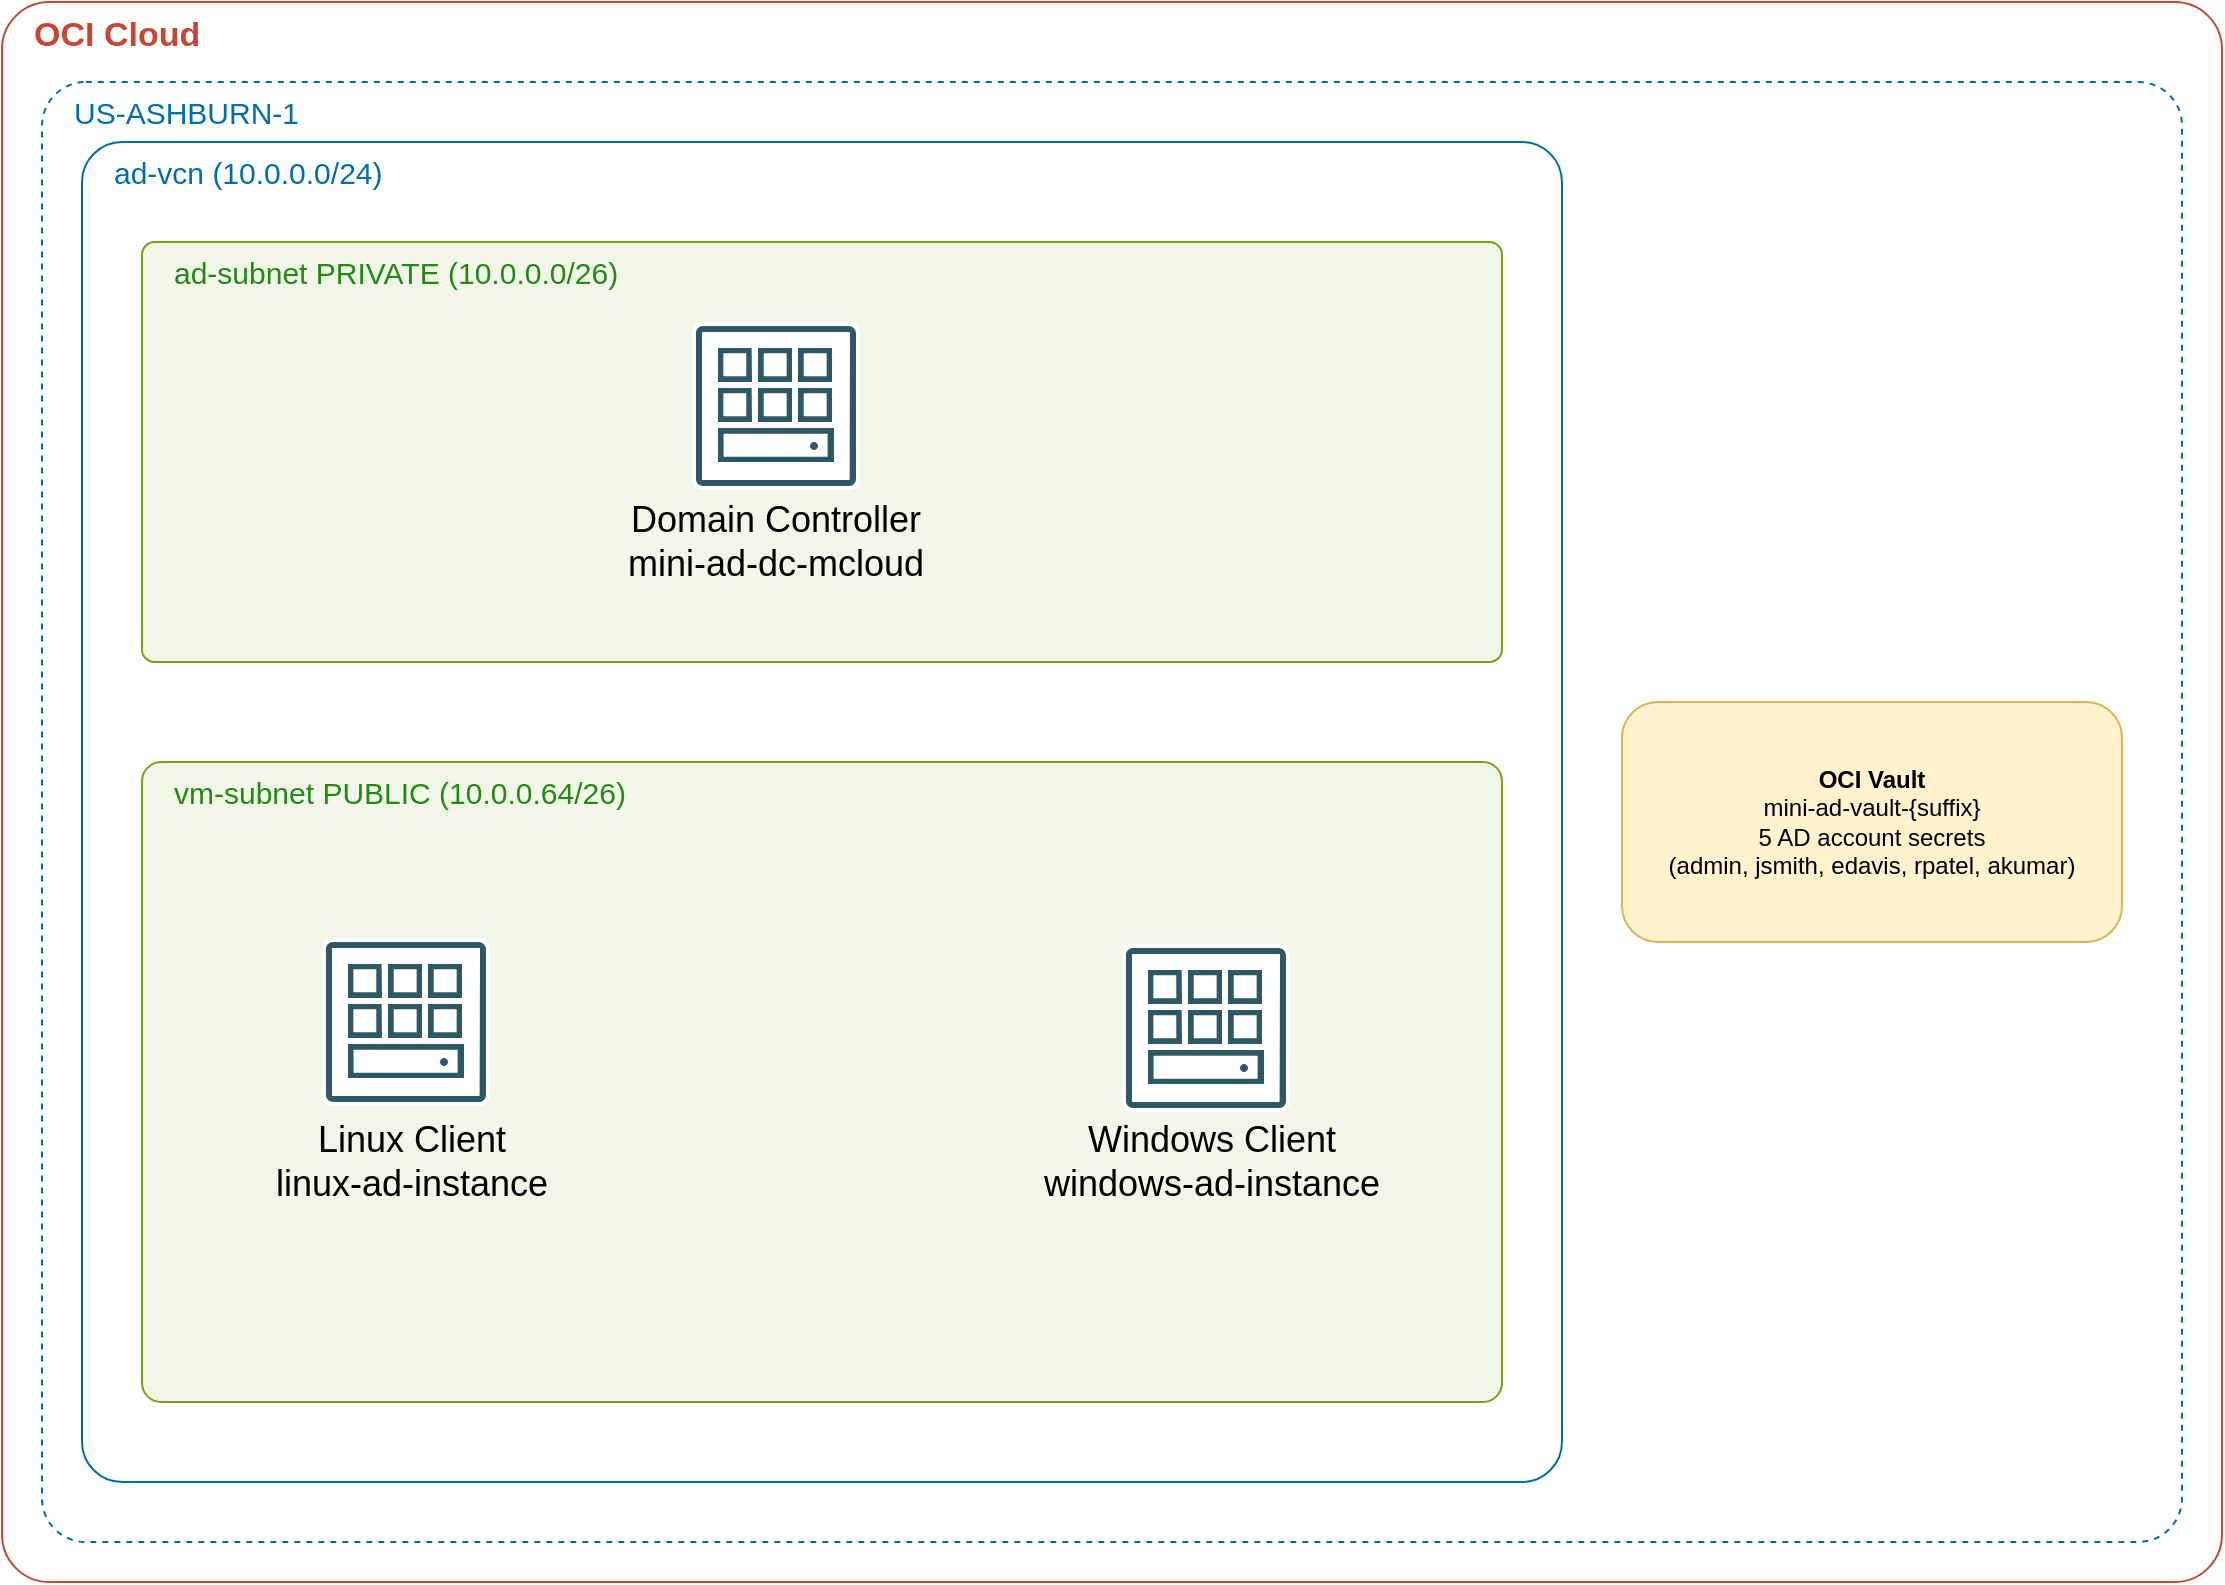
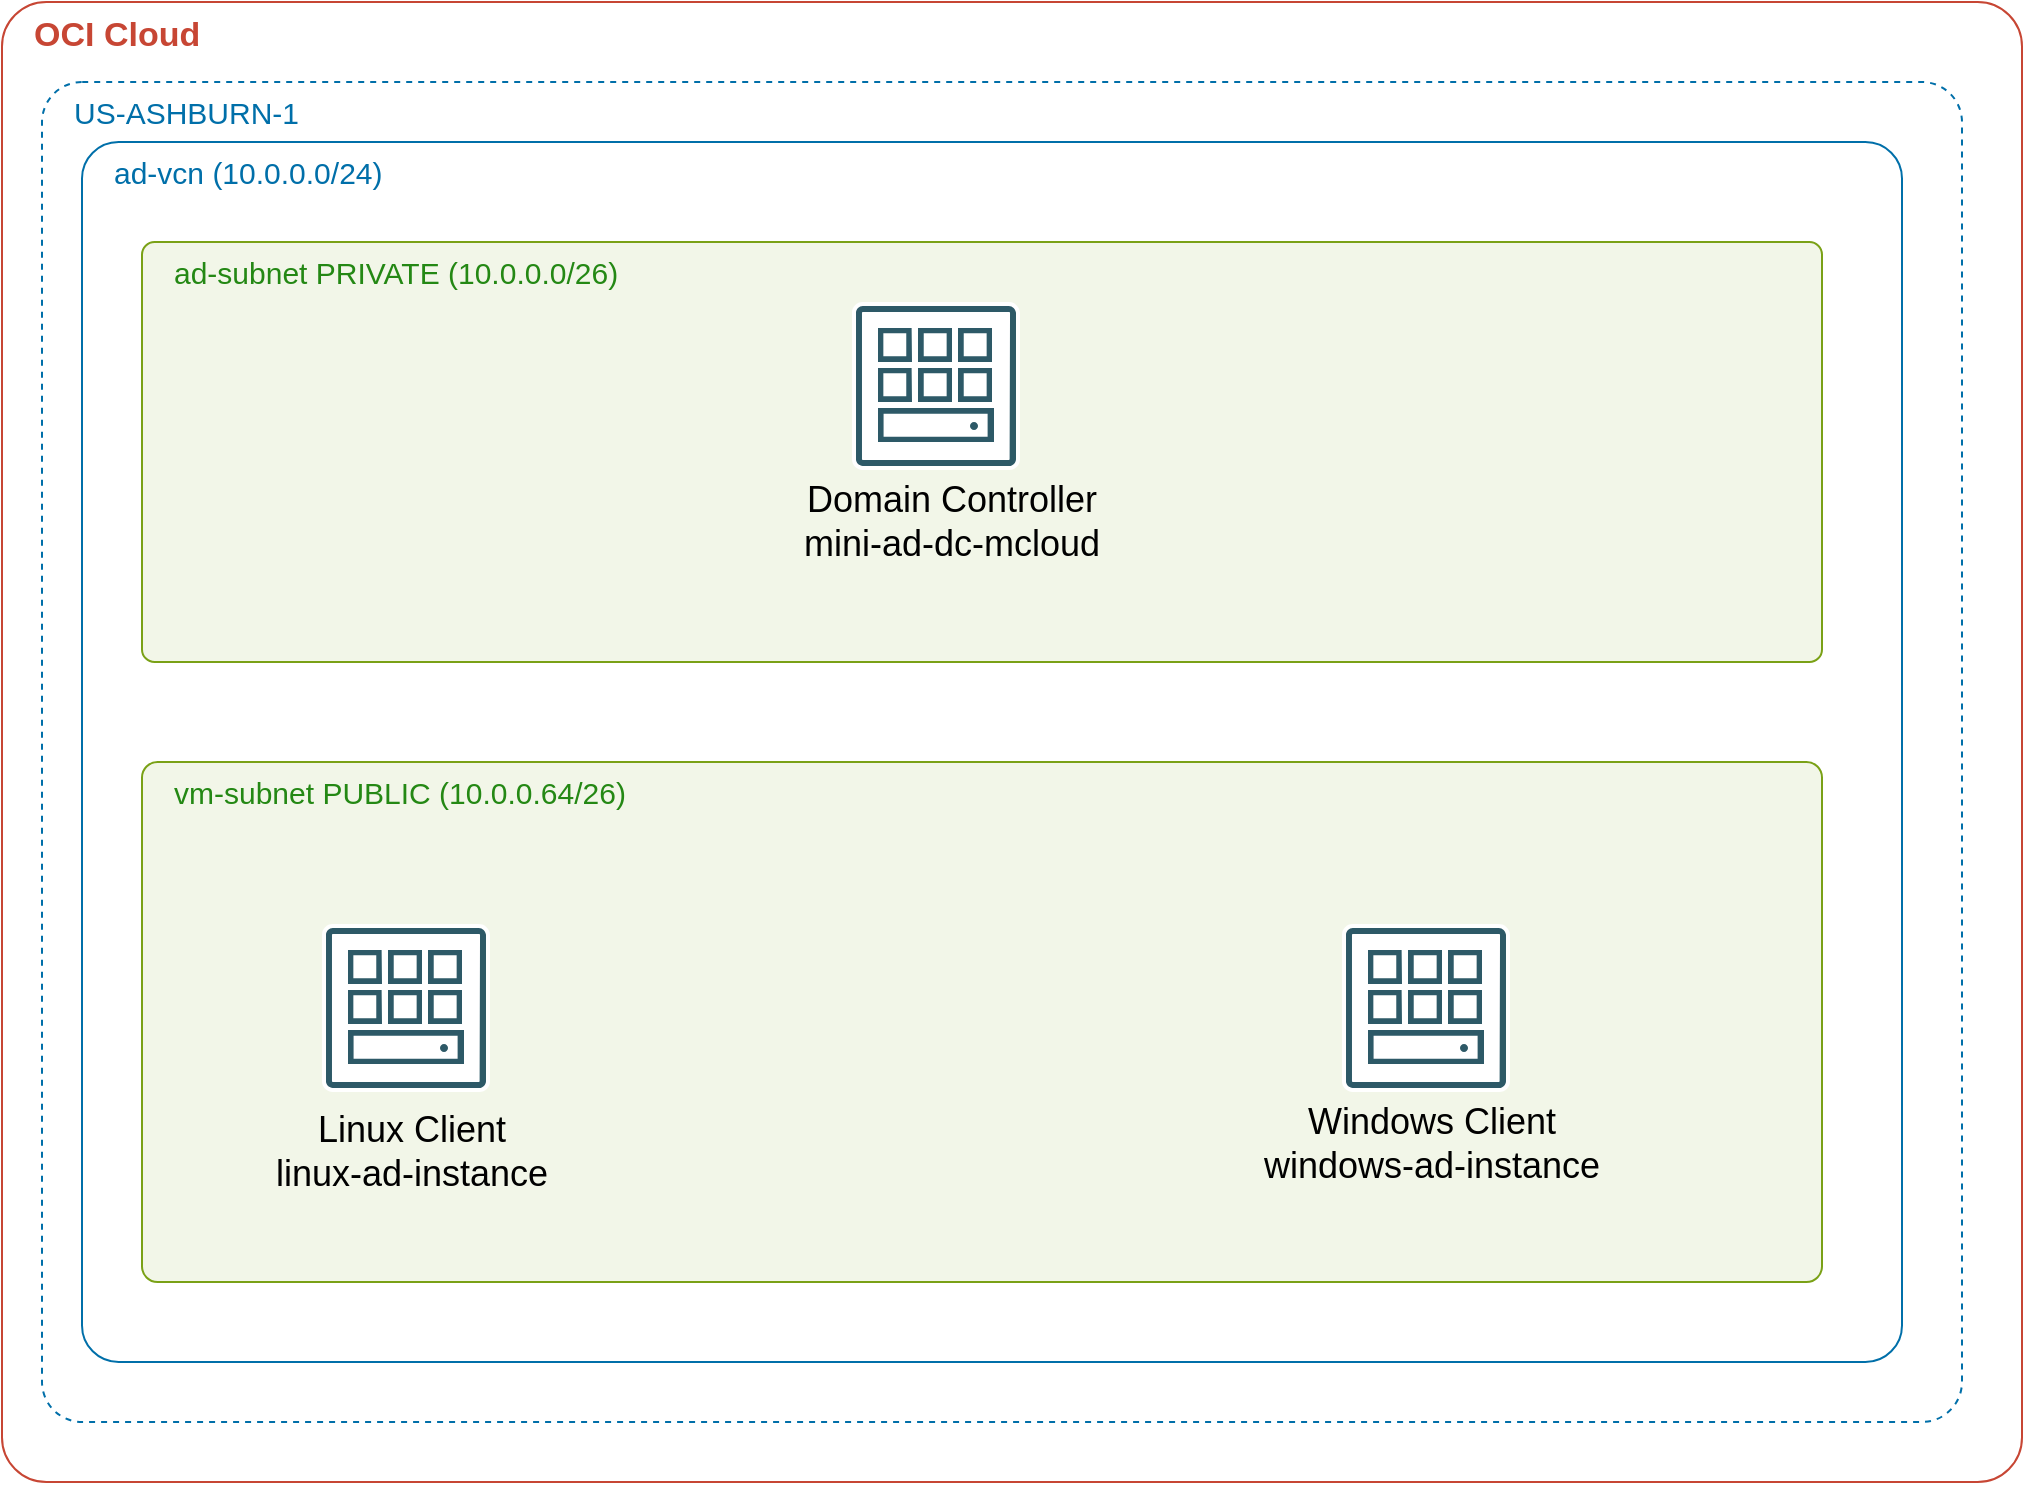
<mxfile host="app.diagrams.net" agent="Mozilla/5.0 (Windows NT 10.0; Win64; x64) AppleWebKit/537.36 (KHTML, like Gecko) Chrome/139.0.0.0 Safari/537.36">
  <diagram id="oci-mini-ad-arch" name="Page-1">
    <mxGraphModel grid="1" page="1" gridSize="10" guides="1" tooltips="1" connect="1" arrows="1" fold="1" pageScale="1" pageWidth="1169" pageHeight="827" math="0" shadow="0">
      <root>
        <mxCell id="0" />
        <mxCell id="1" parent="0" />
        <mxCell id="oci-cloud" parent="1" style="points=[[0,0],[0.25,0],[0.5,0],[0.75,0],[1,0],[1,0.25],[1,0.5],[1,0.75],[1,1],[0.75,1],[0.5,1],[0.25,1],[0,1],[0,0.75],[0,0.5],[0,0.25]];outlineConnect=0;gradientColor=none;html=1;whiteSpace=wrap;fontSize=14;fontStyle=1;strokeColor=#C74634;fillColor=none;verticalAlign=top;align=left;spacingLeft=14;fontColor=#C74634;dashed=0;labelBackgroundColor=#ffffff;rounded=1;arcSize=3;container=1;pointerEvents=0;collapsible=0;recursiveResize=0;" value="&lt;font style=&quot;font-size: 17px;&quot;&gt;OCI Cloud&lt;/font&gt;" vertex="1">
-           <mxGeometry height="790" width="1110" x="30" y="10" as="geometry" />
+           <mxGeometry height="740" width="1010" x="30" y="10" as="geometry" />
        </mxCell>
        <mxCell id="region" parent="oci-cloud" style="points=[[0,0],[0.25,0],[0.5,0],[0.75,0],[1,0],[1,0.25],[1,0.5],[1,0.75],[1,1],[0.75,1],[0.5,1],[0.25,1],[0,1],[0,0.75],[0,0.5],[0,0.25]];outlineConnect=0;gradientColor=none;html=1;whiteSpace=wrap;fontSize=12;fontStyle=0;container=1;pointerEvents=0;collapsible=0;recursiveResize=0;strokeColor=#006FA9;fillColor=none;verticalAlign=top;align=left;spacingLeft=14;fontColor=#006FA9;dashed=1;rounded=1;arcSize=3;" value="&lt;font style=&quot;font-size: 15px;&quot;&gt;US-ASHBURN-1&lt;/font&gt;" vertex="1">
-           <mxGeometry height="730" width="1070" x="20" y="40" as="geometry" />
+           <mxGeometry height="670" width="960" x="20" y="40" as="geometry" />
        </mxCell>
        <mxCell id="vcn" parent="region" style="points=[[0,0],[0.25,0],[0.5,0],[0.75,0],[1,0],[1,0.25],[1,0.5],[1,0.75],[1,1],[0.75,1],[0.5,1],[0.25,1],[0,1],[0,0.75],[0,0.5],[0,0.25]];outlineConnect=0;gradientColor=none;html=1;whiteSpace=wrap;fontSize=12;fontStyle=0;container=1;pointerEvents=0;collapsible=0;recursiveResize=0;strokeColor=#006FA9;fillColor=none;verticalAlign=top;align=left;spacingLeft=14;fontColor=#006FA9;dashed=0;rounded=1;arcSize=3;" value="&lt;font style=&quot;font-size: 15px;&quot;&gt;ad-vcn (10.0.0.0/24)&lt;/font&gt;" vertex="1">
-           <mxGeometry height="670" width="740" x="20" y="30" as="geometry" />
+           <mxGeometry height="610" width="910" x="20" y="30" as="geometry" />
        </mxCell>
        <mxCell id="ad-subnet" parent="vcn" style="points=[[0,0],[0.25,0],[0.5,0],[0.75,0],[1,0],[1,0.25],[1,0.5],[1,0.75],[1,1],[0.75,1],[0.5,1],[0.25,1],[0,1],[0,0.75],[0,0.5],[0,0.25]];outlineConnect=0;gradientColor=none;html=1;whiteSpace=wrap;fontSize=12;fontStyle=0;container=1;pointerEvents=0;collapsible=0;recursiveResize=0;strokeColor=#7AA116;fillColor=#F2F6E8;verticalAlign=top;align=left;spacingLeft=14;fontColor=#248814;dashed=0;rounded=1;arcSize=3;" value="&lt;font style=&quot;font-size: 15px;&quot;&gt;ad-subnet PRIVATE (10.0.0.0/26)&lt;/font&gt;" vertex="1">
-           <mxGeometry height="210" width="680" x="30" y="50" as="geometry" />
+           <mxGeometry height="210" width="840" x="30" y="50" as="geometry" />
        </mxCell>
        <mxCell id="dc-group" connectable="0" parent="ad-subnet" style="group;fontSize=18;" value="" vertex="1">
-           <mxGeometry height="130" width="160" x="275" y="40" as="geometry" />
+           <mxGeometry height="140" width="160" x="355" y="30" as="geometry" />
        </mxCell>
        <mxCell id="dc-2" parent="dc-group" style="vsdxID=53;fillColor=none;gradientColor=none;strokeColor=none;spacingTop=-7;spacingBottom=-3;spacingLeft=-3;spacingRight=-3;points=[];labelBackgroundColor=none;rounded=0;html=1;whiteSpace=wrap;" vertex="1">
          <mxGeometry height="84" width="84" as="geometry" />
        </mxCell>
        <mxCell id="dc-3" parent="dc-2" style="vsdxID=54;fillColor=none;gradientColor=none;strokeColor=none;spacingTop=-3;spacingBottom=-3;spacingLeft=-3;spacingRight=-3;points=[];labelBackgroundColor=none;rounded=0;html=1;whiteSpace=wrap;" vertex="1">
          <mxGeometry height="84" width="84" as="geometry" />
        </mxCell>
        <mxCell id="dc-4" parent="dc-3" style="vsdxID=55;fillColor=#FFFFFF;gradientColor=none;shape=stencil(lZPRDoIwDEW/Zq9LWUHCs+J/EAVZRCATFP/eYYdsAzW+td2922mzMtxey6zNmYBrp5pzfpfHrmS4Y0LIusyV7HTEMGW4LRqVn1TT10fK22xUjtGluY03DOSLOEajScCDCknC482rsif9oVdkCEggeIjGEfgWGASVwChMmsQchVGgqzBpEvLQfrWStUUJDuKb+QMhuHgz8ERnteDyTnDWVBzcVTiNvnFnCN/o9Cyi2CUEFy8Ab3xWB+hLfOJVxFnuI3+AnA1L6kEsG/HJB1zOxkNfBf39Hf/V62D++4WsKlod+9zfFV2iPcP0CQ==);strokeColor=none;spacingTop=-3;spacingBottom=-3;spacingLeft=-3;spacingRight=-3;points=[];labelBackgroundColor=none;rounded=0;html=1;whiteSpace=wrap;" vertex="1">
          <mxGeometry height="82" width="82" x="1" y="1" as="geometry" />
        </mxCell>
        <mxCell id="dc-5" parent="dc-3" style="vsdxID=56;fillColor=#FFFFFF;gradientColor=none;shape=stencil(lZXRdoIwDIafprc9aUMpvXb6Hp6JgzMmHsSNvf1gLbQNCHpX4h/88iehDHe34njNmYRb29Sf+U95aguGb0zK8lLkTdn2J4Z7hrtz3eQfTX2/nOzz9Tgoh9NX/T28obN5BjmqIUvCr41Ijtl/4GD17/fGJgiXoXhiXIYgKdBJJ9IcR5ELJVy6SIdzkQulPMHwz6vyEsIGCRN+JlZpgxRfgFEEN6jJV5ClhDfwCqlqEbgvR8S8VE95e5c0wdU8lTFu77cmtIprEdMGIs+v9GPYIGG5GZQ1SBCzHstZPXI2LDhzCZdnkIzB5sy+qt/aCXihxbBuWaZiyyD2C6hZdAghdmp9YSAi21wWYHTyREInb+J3EQHANro5Sh41R8U7TeQLGy2Ih56BQgXbPJWCVPPcenj9c9thDNcp/U5O3Ry5Um5EjErsXPjorLu5Nrr9wV8E57Kq7D0S/k4vjj5kLx3c/wE=);strokeColor=none;spacingTop=-3;spacingBottom=-3;spacingLeft=-3;spacingRight=-3;points=[];labelBackgroundColor=none;rounded=0;html=1;whiteSpace=wrap;" vertex="1">
          <mxGeometry height="84" width="84" as="geometry" />
        </mxCell>
        <mxCell id="dc-6" parent="dc-2" style="vsdxID=57;fillColor=none;gradientColor=none;strokeColor=none;spacingTop=-3;spacingBottom=-3;spacingLeft=-3;spacingRight=-3;points=[];labelBackgroundColor=none;rounded=0;html=1;whiteSpace=wrap;" vertex="1">
          <mxGeometry height="80" width="80" x="2" y="2" as="geometry" />
        </mxCell>
        <mxCell id="dc-7" parent="dc-6" style="vsdxID=58;fillColor=#2d5967;gradientColor=none;shape=stencil(lZXLcoMwDEW/xlvGWDzidZr8R6YhhSmFDCEt+ftCbbAkB+Lu/LgyR/IVFrC/ladrIZS89V37WfxU574U8CaUqpqy6Kp+HAk4CNhf2q746Np7czbz62lSTqOv9ns6YTBxOo3SeIpS8mFW5N/saMR11SBxEqlkXft+78zJsdmMI62tOsZyOSgyfdipsrtAd2H5drpOJgmWzra4JIXSO0qFsOcVKSkaqgNQyVO4scZ5RgCZnBPqXSRjSukYONRMueQBXAAOY6OETv+84B6kno9bIBVF1LnLm175AL774KX9XniVGTtzNVzJ38so88puneRSSr2UxihbqK20nCqsszw9hwWvuzCImkV5wmkpKlKE2QQFhPkEBdiVhEPyhoPFWesdB5uUfstxfcDlIwx01+z6EwqKFUF/rgCf/jtgHLj//aWqa/Nc4H3+PoxL5m2Bwy8=);strokeColor=none;spacingTop=-3;spacingBottom=-3;spacingLeft=-3;spacingRight=-3;points=[];labelBackgroundColor=none;rounded=0;html=1;whiteSpace=wrap;" vertex="1">
          <mxGeometry height="80" width="80" as="geometry" />
        </mxCell>
        <mxCell id="dc-8" parent="dc-6" style="vsdxID=59;fillColor=#2d5967;gradientColor=none;shape=stencil(pZJbDsIgFERXwy+hQBW/a91Hk1IhIjQUX7sXcmNsNaWx/s1wz32EDGLVoJpeIkqG4N1J3nQbFGJ7RKm2SnodokKsRqzqnJdH7y62Bd83iUzq7K5pwh36SOqg5AGuIOAPgBptR+iruArOoCvB7PosOv0BjkUxpTdYlPOjdxyXf/GCY7qd57/u+ZVfuGeZj+Idl04bA2kb1z/jFZ8gmqx+Ag==);strokeColor=none;spacingTop=-3;spacingBottom=-3;spacingLeft=-3;spacingRight=-3;points=[];labelBackgroundColor=none;rounded=0;html=1;whiteSpace=wrap;" vertex="1">
          <mxGeometry height="17" width="58" x="11" y="51" as="geometry" />
        </mxCell>
        <mxCell id="dc-9" parent="dc-6" style="vsdxID=60;fillColor=#2d5967;gradientColor=none;shape=stencil(jVLRDoMgDPwaXg2UOeezc/9hJk4ypwZ107+fpCRClxnf2nLH9eCYzIa66BUDPoyme6qPLseaySsD0G2tjB7XismcyazqjHqYbmpL7PvCIm316t72hhl5MbcU4Au2gmN/Q+x9MggWeJwk0Vk4gggZfAYyWGAjgcNIinGDUxql6Z7yxnADgEheQmV/OzfioW5MZHfNWoUkFCVWiVF/JRkijtokJv2ng9+t6Iv/s0l+tdHt4QSsxRadSjcNJs8/p1FbRxhTmX8B);strokeColor=none;spacingTop=-3;spacingBottom=-3;spacingLeft=-3;spacingRight=-3;points=[];labelBackgroundColor=none;rounded=0;html=1;whiteSpace=wrap;" vertex="1">
          <mxGeometry height="4" width="4" x="57" y="58" as="geometry" />
        </mxCell>
        <mxCell id="dc-10" parent="dc-6" style="vsdxID=61;fillColor=#2d5967;gradientColor=none;shape=stencil(pZLbDsIgEES/Zl8JZW3E51r/o0mpEBEa2nr5e0Fi2qrpRd92Z8+QCRnArJFFLYDRpnX2JK6qbCXgHhhTRgqnWj8B5oBZZZ04OtuZMu51Ecgwne0lvHCLvh0nnAcXo/eo0Od2iLBWZgDT38CETqCv4yJ4VdoZePwPHEmyGcFBSSdyp2SL/xl65avhM9Jqw0ykBQY/9NWplNaxecP7e9W8FGuK+QM=);strokeColor=none;spacingTop=-3;spacingBottom=-3;spacingLeft=-3;spacingRight=-3;points=[];labelBackgroundColor=none;rounded=0;html=1;whiteSpace=wrap;" vertex="1">
          <mxGeometry height="17" width="17" x="11" y="11" as="geometry" />
        </mxCell>
        <mxCell id="dc-11" parent="dc-6" style="vsdxID=62;fillColor=#2d5967;gradientColor=none;shape=stencil(pZJJDoMwDEVP422UxGXYU3oPJEKJmhIUoMPtm8iqCnSE7vzj920r+oBZVxetAsm73tmDOuuyrwG3IKVuauV07yvAHDCrrFN7Z4emJN0WgQzV0Z7ChAv5BOfBI/mVNKkdoUY3I3QleN/wEp2vXwSvRac/kG6YTCZwikxEH2bHLI3/M4iIJfje8HzSYsOXk34w+OIRmkobQ5kb9+ch808UUMxv);strokeColor=none;spacingTop=-3;spacingBottom=-3;spacingLeft=-3;spacingRight=-3;points=[];labelBackgroundColor=none;rounded=0;html=1;whiteSpace=wrap;" vertex="1">
          <mxGeometry height="17" width="17" x="31" y="11" as="geometry" />
        </mxCell>
        <mxCell id="dc-12" parent="dc-6" style="vsdxID=63;fillColor=#2d5967;gradientColor=none;shape=stencil(pZLbDsIgEES/Zl8JZW3E51r/o0mpEBEa2nr5e0Fi2qrpRd92Z8+QCRnArJFFLYDRpnX2JK6qbCXgHhhTRgqnWj8B5oBZZZ04OtuZMu51Ecgwne0lvHCLvh0nnAcXo/eo0Od2iLBWZgDT38CETqCv4yJ4VdoZePwPHEmyGcFBSSdyp2SL/xl65avhM9Jqw0ykBQY/9NWplNaxecP7e9W8FGuK+QM=);strokeColor=none;spacingTop=-3;spacingBottom=-3;spacingLeft=-3;spacingRight=-3;points=[];labelBackgroundColor=none;rounded=0;html=1;whiteSpace=wrap;" vertex="1">
          <mxGeometry height="17" width="17" x="11" y="31" as="geometry" />
        </mxCell>
        <mxCell id="dc-13" parent="dc-6" style="vsdxID=64;fillColor=#2d5967;gradientColor=none;shape=stencil(pZJJDoMwDEVP422UxGXYU3oPJEKJmhIUoMPtm8iqCnSE7vzj920r+oBZVxetAsm73tmDOuuyrwG3IKVuauV07yvAHDCrrFN7Z4emJN0WgQzV0Z7ChAv5BOfBI/mVNKkdoUY3I3QleN/wEp2vXwSvRac/kG6YTCZwikxEH2bHLI3/M4iIJfje8HzSYsOXk34w+OIRmkobQ5kb9+ch808UUMxv);strokeColor=none;spacingTop=-3;spacingBottom=-3;spacingLeft=-3;spacingRight=-3;points=[];labelBackgroundColor=none;rounded=0;html=1;whiteSpace=wrap;" vertex="1">
          <mxGeometry height="17" width="17" x="31" y="31" as="geometry" />
        </mxCell>
        <mxCell id="dc-14" parent="dc-6" style="vsdxID=65;fillColor=#2d5967;gradientColor=none;shape=stencil(pZJJDoMwDEVP422UxGXYU3oPJEKJmhIUoMPtm8iqCnSE7vzj920r+oBZVxetAsm73tmDOuuyrwG3IKVuauV07yvAHDCrrFN7Z4emJN0WgQzV0Z7ChAv5BOfBI/mVNKkdoUY3I3QleN/wEp2vXwSvRac/kG6YTCZwikxEH2bHLI3/M4iIJfje8HzSYsOXk34w+OIRmkobQ5kb9+ch808UUMxv);strokeColor=none;spacingTop=-3;spacingBottom=-3;spacingLeft=-3;spacingRight=-3;points=[];labelBackgroundColor=none;rounded=0;html=1;whiteSpace=wrap;" vertex="1">
          <mxGeometry height="17" width="17" x="51" y="11" as="geometry" />
        </mxCell>
        <mxCell id="dc-15" parent="dc-6" style="vsdxID=66;fillColor=#2d5967;gradientColor=none;shape=stencil(pZJJDoMwDEVP422UxGXYU3oPJEKJmhIUoMPtm8iqCnSE7vzj920r+oBZVxetAsm73tmDOuuyrwG3IKVuauV07yvAHDCrrFN7Z4emJN0WgQzV0Z7ChAv5BOfBI/mVNKkdoUY3I3QleN/wEp2vXwSvRac/kG6YTCZwikxEH2bHLI3/M4iIJfje8HzSYsOXk34w+OIRmkobQ5kb9+ch808UUMxv);strokeColor=none;spacingTop=-3;spacingBottom=-3;spacingLeft=-3;spacingRight=-3;points=[];labelBackgroundColor=none;rounded=0;html=1;whiteSpace=wrap;" vertex="1">
          <mxGeometry height="17" width="17" x="51" y="31" as="geometry" />
        </mxCell>
        <mxCell id="dc-label" parent="ad-subnet" style="verticalAlign=middle;align=center;vsdxID=68;fillColor=none;gradientColor=none;shape=stencil(nZBLDoAgDERP0z3SIyjew0SURgSD+Lu9kMZoXLhwN9O+tukAlrNpJg1SzDH4QW/URgNYgZTkjA4UkwJUgGXng+6DX1zLfmoymdXo17xh5zmRJ6Q42BWCfc2oJfdAr+Yv+AP9Cb7OJ3H/2JG1HNGz/84klThPVCc=);strokeColor=none;spacingTop=-3;spacingBottom=-3;spacingLeft=-3;spacingRight=-3;points=[];labelBackgroundColor=none;rounded=0;html=1;whiteSpace=wrap;" value="&lt;div&gt;&lt;p style=&quot;margin:0;direction:ltr;&quot;&gt;&lt;font style=&quot;font-size: 18px;&quot; face=&quot;Helvetica&quot;&gt;Domain Controller&lt;br&gt;mini-ad-dc-mcloud&lt;/font&gt;&lt;/p&gt;&lt;/div&gt;" vertex="1">
-           <mxGeometry height="41" width="190" x="222" y="129" as="geometry" />
+           <mxGeometry height="21" width="190" x="310" y="129" as="geometry" />
        </mxCell>
        <mxCell id="vm-subnet" parent="vcn" style="points=[[0,0],[0.25,0],[0.5,0],[0.75,0],[1,0],[1,0.25],[1,0.5],[1,0.75],[1,1],[0.75,1],[0.5,1],[0.25,1],[0,1],[0,0.75],[0,0.5],[0,0.25]];outlineConnect=0;gradientColor=none;html=1;whiteSpace=wrap;fontSize=12;fontStyle=0;container=1;pointerEvents=0;collapsible=0;recursiveResize=0;strokeColor=#7AA116;fillColor=#F2F6E8;verticalAlign=top;align=left;spacingLeft=14;fontColor=#248814;dashed=0;rounded=1;arcSize=3;" value="&lt;font style=&quot;font-size: 15px;&quot;&gt;vm-subnet PUBLIC (10.0.0.64/26)&lt;/font&gt;" vertex="1">
-           <mxGeometry height="320" width="680" x="30" y="310" as="geometry" />
+           <mxGeometry height="260" width="840" x="30" y="310" as="geometry" />
        </mxCell>
        <mxCell id="linux-group" connectable="0" parent="vm-subnet" style="group;fontSize=18;" value="" vertex="1">
-           <mxGeometry height="130" width="160" x="90" y="88" as="geometry" />
+           <mxGeometry height="130" width="160" x="90" y="81" as="geometry" />
        </mxCell>
        <mxCell id="linux-2" parent="linux-group" style="vsdxID=53;fillColor=none;gradientColor=none;strokeColor=none;spacingTop=-3;spacingBottom=-3;spacingLeft=-3;spacingRight=-3;points=[];labelBackgroundColor=none;rounded=0;html=1;whiteSpace=wrap;" vertex="1">
          <mxGeometry height="84" width="84" as="geometry" />
        </mxCell>
        <mxCell id="linux-3" parent="linux-2" style="vsdxID=54;fillColor=none;gradientColor=none;strokeColor=none;spacingTop=-3;spacingBottom=-3;spacingLeft=-3;spacingRight=-3;points=[];labelBackgroundColor=none;rounded=0;html=1;whiteSpace=wrap;" vertex="1">
          <mxGeometry height="84" width="84" as="geometry" />
        </mxCell>
        <mxCell id="linux-4" parent="linux-3" style="vsdxID=55;fillColor=#FFFFFF;gradientColor=none;shape=stencil(lZPRDoIwDEW/Zq9LWUHCs+J/EAVZRCATFP/eYYdsAzW+td2922mzMtxey6zNmYBrp5pzfpfHrmS4Y0LIusyV7HTEMGW4LRqVn1TT10fK22xUjtGluY03DOSLOEajScCDCknC482rsif9oVdkCEggeIjGEfgWGASVwChMmsQchVGgqzBpEvLQfrWStUUJDuKb+QMhuHgz8ERnteDyTnDWVBzcVTiNvnFnCN/o9Cyi2CUEFy8Ab3xWB+hLfOJVxFnuI3+AnA1L6kEsG/HJB1zOxkNfBf39Hf/V62D++4WsKlod+9zfFV2iPcP0CQ==);strokeColor=none;spacingTop=-3;spacingBottom=-3;spacingLeft=-3;spacingRight=-3;points=[];labelBackgroundColor=none;rounded=0;html=1;whiteSpace=wrap;" vertex="1">
          <mxGeometry height="82" width="82" x="1" y="1" as="geometry" />
        </mxCell>
        <mxCell id="linux-5" parent="linux-3" style="vsdxID=56;fillColor=#FFFFFF;gradientColor=none;shape=stencil(lZXRdoIwDIafprc9aUMpvXb6Hp6JgzMmHsSNvf1gLbQNCHpX4h/88iehDHe34njNmYRb29Sf+U95aguGb0zK8lLkTdn2J4Z7hrtz3eQfTX2/nOzz9Tgoh9NX/T28obN5BjmqIUvCr41Ijtl/4GD17/fGJgiXoXhiXIYgKdBJJ9IcR5ELJVy6SIdzkQulPMHwz6vyEsIGCRN+JlZpgxRfgFEEN6jJV5ClhDfwCqlqEbgvR8S8VE95e5c0wdU8lTFu77cmtIprEdMGIs+v9GPYIGG5GZQ1SBCzHstZPXI2LDhzCZdnkIzB5sy+qt/aCXihxbBuWaZiyyD2C6hZdAghdmp9YSAi21wWYHTyREInb+J3EQHANro5Sh41R8U7TeQLGy2Ih56BQgXbPJWCVPPcenj9c9thDNcp/U5O3Ry5Um5EjErsXPjorLu5Nrr9wV8E57Kq7D0S/k4vjj5kLx3c/wE=);strokeColor=none;spacingTop=-3;spacingBottom=-3;spacingLeft=-3;spacingRight=-3;points=[];labelBackgroundColor=none;rounded=0;html=1;whiteSpace=wrap;" vertex="1">
          <mxGeometry height="84" width="84" as="geometry" />
        </mxCell>
        <mxCell id="linux-6" parent="linux-2" style="vsdxID=57;fillColor=none;gradientColor=none;strokeColor=none;spacingTop=-3;spacingBottom=-3;spacingLeft=-3;spacingRight=-3;points=[];labelBackgroundColor=none;rounded=0;html=1;whiteSpace=wrap;" vertex="1">
          <mxGeometry height="80" width="80" x="2" y="2" as="geometry" />
        </mxCell>
        <mxCell id="linux-7" parent="linux-6" style="vsdxID=58;fillColor=#2d5967;gradientColor=none;shape=stencil(lZXLcoMwDEW/xlvGWDzidZr8R6YhhSmFDCEt+ftCbbAkB+Lu/LgyR/IVFrC/ladrIZS89V37WfxU574U8CaUqpqy6Kp+HAk4CNhf2q746Np7czbz62lSTqOv9ns6YTBxOo3SeIpS8mFW5N/saMR11SBxEqlkXft+78zJsdmMI62tOsZyOSgyfdipsrtAd2H5drpOJgmWzra4JIXSO0qFsOcVKSkaqgNQyVO4scZ5RgCZnBPqXSRjSukYONRMueQBXAAOY6OETv+84B6kno9bIBVF1LnLm175AL774KX9XniVGTtzNVzJ38so88puneRSSr2UxihbqK20nCqsszw9hwWvuzCImkV5wmkpKlKE2QQFhPkEBdiVhEPyhoPFWesdB5uUfstxfcDlIwx01+z6EwqKFUF/rgCf/jtgHLj//aWqa/Nc4H3+PoxL5m2Bwy8=);strokeColor=none;spacingTop=-3;spacingBottom=-3;spacingLeft=-3;spacingRight=-3;points=[];labelBackgroundColor=none;rounded=0;html=1;whiteSpace=wrap;" vertex="1">
          <mxGeometry height="80" width="80" as="geometry" />
        </mxCell>
        <mxCell id="linux-8" parent="linux-6" style="vsdxID=59;fillColor=#2d5967;gradientColor=none;shape=stencil(pZJbDsIgFERXwy+hQBW/a91Hk1IhIjQUX7sXcmNsNaWx/s1wz32EDGLVoJpeIkqG4N1J3nQbFGJ7RKm2SnodokKsRqzqnJdH7y62Bd83iUzq7K5pwh36SOqg5AGuIOAPgBptR+iruArOoCvB7PosOv0BjkUxpTdYlPOjdxyXf/GCY7qd57/u+ZVfuGeZj+Idl04bA2kb1z/jFZ8gmqx+Ag==);strokeColor=none;spacingTop=-3;spacingBottom=-3;spacingLeft=-3;spacingRight=-3;points=[];labelBackgroundColor=none;rounded=0;html=1;whiteSpace=wrap;" vertex="1">
          <mxGeometry height="17" width="58" x="11" y="51" as="geometry" />
        </mxCell>
        <mxCell id="linux-9" parent="linux-6" style="vsdxID=60;fillColor=#2d5967;gradientColor=none;shape=stencil(jVLRDoMgDPwaXg2UOeezc/9hJk4ypwZ107+fpCRClxnf2nLH9eCYzIa66BUDPoyme6qPLseaySsD0G2tjB7XismcyazqjHqYbmpL7PvCIm316t72hhl5MbcU4Au2gmN/Q+x9MggWeJwk0Vk4gggZfAYyWGAjgcNIinGDUxql6Z7yxnADgEheQmV/OzfioW5MZHfNWoUkFCVWiVF/JRkijtokJv2ng9+t6Iv/s0l+tdHt4QSsxRadSjcNJs8/p1FbRxhTmX8B);strokeColor=none;spacingTop=-3;spacingBottom=-3;spacingLeft=-3;spacingRight=-3;points=[];labelBackgroundColor=none;rounded=0;html=1;whiteSpace=wrap;" vertex="1">
          <mxGeometry height="4" width="4" x="57" y="58" as="geometry" />
        </mxCell>
        <mxCell id="linux-10" parent="linux-6" style="vsdxID=61;fillColor=#2d5967;gradientColor=none;shape=stencil(pZLbDsIgEES/Zl8JZW3E51r/o0mpEBEa2nr5e0Fi2qrpRd92Z8+QCRnArJFFLYDRpnX2JK6qbCXgHhhTRgqnWj8B5oBZZZ04OtuZMu51Ecgwne0lvHCLvh0nnAcXo/eo0Od2iLBWZgDT38CETqCv4yJ4VdoZePwPHEmyGcFBSSdyp2SL/xl65avhM9Jqw0ykBQY/9NWplNaxecP7e9W8FGuK+QM=);strokeColor=none;spacingTop=-3;spacingBottom=-3;spacingLeft=-3;spacingRight=-3;points=[];labelBackgroundColor=none;rounded=0;html=1;whiteSpace=wrap;" vertex="1">
          <mxGeometry height="17" width="17" x="11" y="11" as="geometry" />
        </mxCell>
        <mxCell id="linux-11" parent="linux-6" style="vsdxID=62;fillColor=#2d5967;gradientColor=none;shape=stencil(pZJJDoMwDEVP422UxGXYU3oPJEKJmhIUoMPtm8iqCnSE7vzj920r+oBZVxetAsm73tmDOuuyrwG3IKVuauV07yvAHDCrrFN7Z4emJN0WgQzV0Z7ChAv5BOfBI/mVNKkdoUY3I3QleN/wEp2vXwSvRac/kG6YTCZwikxEH2bHLI3/M4iIJfje8HzSYsOXk34w+OIRmkobQ5kb9+ch808UUMxv);strokeColor=none;spacingTop=-3;spacingBottom=-3;spacingLeft=-3;spacingRight=-3;points=[];labelBackgroundColor=none;rounded=0;html=1;whiteSpace=wrap;" vertex="1">
          <mxGeometry height="17" width="17" x="31" y="11" as="geometry" />
        </mxCell>
        <mxCell id="linux-12" parent="linux-6" style="vsdxID=63;fillColor=#2d5967;gradientColor=none;shape=stencil(pZLbDsIgEES/Zl8JZW3E51r/o0mpEBEa2nr5e0Fi2qrpRd92Z8+QCRnArJFFLYDRpnX2JK6qbCXgHhhTRgqnWj8B5oBZZZ04OtuZMu51Ecgwne0lvHCLvh0nnAcXo/eo0Od2iLBWZgDT38CETqCv4yJ4VdoZePwPHEmyGcFBSSdyp2SL/xl65avhM9Jqw0ykBQY/9NWplNaxecP7e9W8FGuK+QM=);strokeColor=none;spacingTop=-3;spacingBottom=-3;spacingLeft=-3;spacingRight=-3;points=[];labelBackgroundColor=none;rounded=0;html=1;whiteSpace=wrap;" vertex="1">
          <mxGeometry height="17" width="17" x="11" y="31" as="geometry" />
        </mxCell>
        <mxCell id="linux-13" parent="linux-6" style="vsdxID=64;fillColor=#2d5967;gradientColor=none;shape=stencil(pZJJDoMwDEVP422UxGXYU3oPJEKJmhIUoMPtm8iqCnSE7vzj920r+oBZVxetAsm73tmDOuuyrwG3IKVuauV07yvAHDCrrFN7Z4emJN0WgQzV0Z7ChAv5BOfBI/mVNKkdoUY3I3QleN/wEp2vXwSvRac/kG6YTCZwikxEH2bHLI3/M4iIJfje8HzSYsOXk34w+OIRmkobQ5kb9+ch808UUMxv);strokeColor=none;spacingTop=-3;spacingBottom=-3;spacingLeft=-3;spacingRight=-3;points=[];labelBackgroundColor=none;rounded=0;html=1;whiteSpace=wrap;" vertex="1">
          <mxGeometry height="17" width="17" x="31" y="31" as="geometry" />
        </mxCell>
        <mxCell id="linux-14" parent="linux-6" style="vsdxID=65;fillColor=#2d5967;gradientColor=none;shape=stencil(pZJJDoMwDEVP422UxGXYU3oPJEKJmhIUoMPtm8iqCnSE7vzj920r+oBZVxetAsm73tmDOuuyrwG3IKVuauV07yvAHDCrrFN7Z4emJN0WgQzV0Z7ChAv5BOfBI/mVNKkdoUY3I3QleN/wEp2vXwSvRac/kG6YTCZwikxEH2bHLI3/M4iIJfje8HzSYsOXk34w+OIRmkobQ5kb9+ch808UUMxv);strokeColor=none;spacingTop=-3;spacingBottom=-3;spacingLeft=-3;spacingRight=-3;points=[];labelBackgroundColor=none;rounded=0;html=1;whiteSpace=wrap;" vertex="1">
          <mxGeometry height="17" width="17" x="51" y="11" as="geometry" />
        </mxCell>
        <mxCell id="linux-15" parent="linux-6" style="vsdxID=66;fillColor=#2d5967;gradientColor=none;shape=stencil(pZJJDoMwDEVP422UxGXYU3oPJEKJmhIUoMPtm8iqCnSE7vzj920r+oBZVxetAsm73tmDOuuyrwG3IKVuauV07yvAHDCrrFN7Z4emJN0WgQzV0Z7ChAv5BOfBI/mVNKkdoUY3I3QleN/wEp2vXwSvRac/kG6YTCZwikxEH2bHLI3/M4iIJfje8HzSYsOXk34w+OIRmkobQ5kb9+ch808UUMxv);strokeColor=none;spacingTop=-3;spacingBottom=-3;spacingLeft=-3;spacingRight=-3;points=[];labelBackgroundColor=none;rounded=0;html=1;whiteSpace=wrap;" vertex="1">
          <mxGeometry height="17" width="17" x="51" y="31" as="geometry" />
        </mxCell>
        <mxCell id="win-group" connectable="0" parent="vm-subnet" style="group;fontSize=18;" value="" vertex="1">
-           <mxGeometry height="130" width="160" x="490" y="91" as="geometry" />
+           <mxGeometry height="130" width="160" x="600" y="81" as="geometry" />
        </mxCell>
        <mxCell id="win-2" parent="win-group" style="vsdxID=53;fillColor=none;gradientColor=none;strokeColor=none;spacingTop=-3;spacingBottom=-3;spacingLeft=-3;spacingRight=-3;points=[];labelBackgroundColor=none;rounded=0;html=1;whiteSpace=wrap;" vertex="1">
          <mxGeometry height="84" width="84" as="geometry" />
        </mxCell>
        <mxCell id="win-3" parent="win-2" style="vsdxID=54;fillColor=none;gradientColor=none;strokeColor=none;spacingTop=-3;spacingBottom=-3;spacingLeft=-3;spacingRight=-3;points=[];labelBackgroundColor=none;rounded=0;html=1;whiteSpace=wrap;" vertex="1">
          <mxGeometry height="84" width="84" as="geometry" />
        </mxCell>
        <mxCell id="win-4" parent="win-3" style="vsdxID=55;fillColor=#FFFFFF;gradientColor=none;shape=stencil(lZPRDoIwDEW/Zq9LWUHCs+J/EAVZRCATFP/eYYdsAzW+td2922mzMtxey6zNmYBrp5pzfpfHrmS4Y0LIusyV7HTEMGW4LRqVn1TT10fK22xUjtGluY03DOSLOEajScCDCknC482rsif9oVdkCEggeIjGEfgWGASVwChMmsQchVGgqzBpEvLQfrWStUUJDuKb+QMhuHgz8ERnteDyTnDWVBzcVTiNvnFnCN/o9Cyi2CUEFy8Ab3xWB+hLfOJVxFnuI3+AnA1L6kEsG/HJB1zOxkNfBf39Hf/V62D++4WsKlod+9zfFV2iPcP0CQ==);strokeColor=none;spacingTop=-3;spacingBottom=-3;spacingLeft=-3;spacingRight=-3;points=[];labelBackgroundColor=none;rounded=0;html=1;whiteSpace=wrap;" vertex="1">
          <mxGeometry height="82" width="82" x="1" y="1" as="geometry" />
        </mxCell>
        <mxCell id="win-5" parent="win-3" style="vsdxID=56;fillColor=#FFFFFF;gradientColor=none;shape=stencil(lZXRdoIwDIafprc9aUMpvXb6Hp6JgzMmHsSNvf1gLbQNCHpX4h/88iehDHe34njNmYRb29Sf+U95aguGb0zK8lLkTdn2J4Z7hrtz3eQfTX2/nOzz9Tgoh9NX/T28obN5BjmqIUvCr41Ijtl/4GD17/fGJgiXoXhiXIYgKdBJJ9IcR5ELJVy6SIdzkQulPMHwz6vyEsIGCRN+JlZpgxRfgFEEN6jJV5ClhDfwCqlqEbgvR8S8VE95e5c0wdU8lTFu77cmtIprEdMGIs+v9GPYIGG5GZQ1SBCzHstZPXI2LDhzCZdnkIzB5sy+qt/aCXihxbBuWaZiyyD2C6hZdAghdmp9YSAi21wWYHTyREInb+J3EQHANro5Sh41R8U7TeQLGy2Ih56BQgXbPJWCVPPcenj9c9thDNcp/U5O3Ry5Um5EjErsXPjorLu5Nrr9wV8E57Kq7D0S/k4vjj5kLx3c/wE=);strokeColor=none;spacingTop=-3;spacingBottom=-3;spacingLeft=-3;spacingRight=-3;points=[];labelBackgroundColor=none;rounded=0;html=1;whiteSpace=wrap;" vertex="1">
          <mxGeometry height="84" width="84" as="geometry" />
        </mxCell>
        <mxCell id="win-6" parent="win-2" style="vsdxID=57;fillColor=none;gradientColor=none;strokeColor=none;spacingTop=-3;spacingBottom=-3;spacingLeft=-3;spacingRight=-3;points=[];labelBackgroundColor=none;rounded=0;html=1;whiteSpace=wrap;" vertex="1">
          <mxGeometry height="80" width="80" x="2" y="2" as="geometry" />
        </mxCell>
        <mxCell id="win-7" parent="win-6" style="vsdxID=58;fillColor=#2d5967;gradientColor=none;shape=stencil(lZXLcoMwDEW/xlvGWDzidZr8R6YhhSmFDCEt+ftCbbAkB+Lu/LgyR/IVFrC/ladrIZS89V37WfxU574U8CaUqpqy6Kp+HAk4CNhf2q746Np7czbz62lSTqOv9ns6YTBxOo3SeIpS8mFW5N/saMR11SBxEqlkXft+78zJsdmMI62tOsZyOSgyfdipsrtAd2H5drpOJgmWzra4JIXSO0qFsOcVKSkaqgNQyVO4scZ5RgCZnBPqXSRjSukYONRMueQBXAAOY6OETv+84B6kno9bIBVF1LnLm175AL774KX9XniVGTtzNVzJ38so88puneRSSr2UxihbqK20nCqsszw9hwWvuzCImkV5wmkpKlKE2QQFhPkEBdiVhEPyhoPFWesdB5uUfstxfcDlIwx01+z6EwqKFUF/rgCf/jtgHLj//aWqa/Nc4H3+PoxL5m2Bwy8=);strokeColor=none;spacingTop=-3;spacingBottom=-3;spacingLeft=-3;spacingRight=-3;points=[];labelBackgroundColor=none;rounded=0;html=1;whiteSpace=wrap;" vertex="1">
          <mxGeometry height="80" width="80" as="geometry" />
        </mxCell>
        <mxCell id="win-8" parent="win-6" style="vsdxID=59;fillColor=#2d5967;gradientColor=none;shape=stencil(pZJbDsIgFERXwy+hQBW/a91Hk1IhIjQUX7sXcmNsNaWx/s1wz32EDGLVoJpeIkqG4N1J3nQbFGJ7RKm2SnodokKsRqzqnJdH7y62Bd83iUzq7K5pwh36SOqg5AGuIOAPgBptR+iruArOoCvB7PosOv0BjkUxpTdYlPOjdxyXf/GCY7qd57/u+ZVfuGeZj+Idl04bA2kb1z/jFZ8gmqx+Ag==);strokeColor=none;spacingTop=-3;spacingBottom=-3;spacingLeft=-3;spacingRight=-3;points=[];labelBackgroundColor=none;rounded=0;html=1;whiteSpace=wrap;" vertex="1">
          <mxGeometry height="17" width="58" x="11" y="51" as="geometry" />
        </mxCell>
        <mxCell id="win-9" parent="win-6" style="vsdxID=60;fillColor=#2d5967;gradientColor=none;shape=stencil(jVLRDoMgDPwaXg2UOeezc/9hJk4ypwZ107+fpCRClxnf2nLH9eCYzIa66BUDPoyme6qPLseaySsD0G2tjB7XismcyazqjHqYbmpL7PvCIm316t72hhl5MbcU4Au2gmN/Q+x9MggWeJwk0Vk4gggZfAYyWGAjgcNIinGDUxql6Z7yxnADgEheQmV/OzfioW5MZHfNWoUkFCVWiVF/JRkijtokJv2ng9+t6Iv/s0l+tdHt4QSsxRadSjcNJs8/p1FbRxhTmX8B);strokeColor=none;spacingTop=-3;spacingBottom=-3;spacingLeft=-3;spacingRight=-3;points=[];labelBackgroundColor=none;rounded=0;html=1;whiteSpace=wrap;" vertex="1">
          <mxGeometry height="4" width="4" x="57" y="58" as="geometry" />
        </mxCell>
        <mxCell id="win-10" parent="win-6" style="vsdxID=61;fillColor=#2d5967;gradientColor=none;shape=stencil(pZLbDsIgEES/Zl8JZW3E51r/o0mpEBEa2nr5e0Fi2qrpRd92Z8+QCRnArJFFLYDRpnX2JK6qbCXgHhhTRgqnWj8B5oBZZZ04OtuZMu51Ecgwne0lvHCLvh0nnAcXo/eo0Od2iLBWZgDT38CETqCv4yJ4VdoZePwPHEmyGcFBSSdyp2SL/xl65avhM9Jqw0ykBQY/9NWplNaxecP7e9W8FGuK+QM=);strokeColor=none;spacingTop=-3;spacingBottom=-3;spacingLeft=-3;spacingRight=-3;points=[];labelBackgroundColor=none;rounded=0;html=1;whiteSpace=wrap;" vertex="1">
          <mxGeometry height="17" width="17" x="11" y="11" as="geometry" />
        </mxCell>
        <mxCell id="win-11" parent="win-6" style="vsdxID=62;fillColor=#2d5967;gradientColor=none;shape=stencil(pZJJDoMwDEVP422UxGXYU3oPJEKJmhIUoMPtm8iqCnSE7vzj920r+oBZVxetAsm73tmDOuuyrwG3IKVuauV07yvAHDCrrFN7Z4emJN0WgQzV0Z7ChAv5BOfBI/mVNKkdoUY3I3QleN/wEp2vXwSvRac/kG6YTCZwikxEH2bHLI3/M4iIJfje8HzSYsOXk34w+OIRmkobQ5kb9+ch808UUMxv);strokeColor=none;spacingTop=-3;spacingBottom=-3;spacingLeft=-3;spacingRight=-3;points=[];labelBackgroundColor=none;rounded=0;html=1;whiteSpace=wrap;" vertex="1">
          <mxGeometry height="17" width="17" x="31" y="11" as="geometry" />
        </mxCell>
        <mxCell id="win-12" parent="win-6" style="vsdxID=63;fillColor=#2d5967;gradientColor=none;shape=stencil(pZLbDsIgEES/Zl8JZW3E51r/o0mpEBEa2nr5e0Fi2qrpRd92Z8+QCRnArJFFLYDRpnX2JK6qbCXgHhhTRgqnWj8B5oBZZZ04OtuZMu51Ecgwne0lvHCLvh0nnAcXo/eo0Od2iLBWZgDT38CETqCv4yJ4VdoZePwPHEmyGcFBSSdyp2SL/xl65avhM9Jqw0ykBQY/9NWplNaxecP7e9W8FGuK+QM=);strokeColor=none;spacingTop=-3;spacingBottom=-3;spacingLeft=-3;spacingRight=-3;points=[];labelBackgroundColor=none;rounded=0;html=1;whiteSpace=wrap;" vertex="1">
          <mxGeometry height="17" width="17" x="11" y="31" as="geometry" />
        </mxCell>
        <mxCell id="win-13" parent="win-6" style="vsdxID=64;fillColor=#2d5967;gradientColor=none;shape=stencil(pZJJDoMwDEVP422UxGXYU3oPJEKJmhIUoMPtm8iqCnSE7vzj920r+oBZVxetAsm73tmDOuuyrwG3IKVuauV07yvAHDCrrFN7Z4emJN0WgQzV0Z7ChAv5BOfBI/mVNKkdoUY3I3QleN/wEp2vXwSvRac/kG6YTCZwikxEH2bHLI3/M4iIJfje8HzSYsOXk34w+OIRmkobQ5kb9+ch808UUMxv);strokeColor=none;spacingTop=-3;spacingBottom=-3;spacingLeft=-3;spacingRight=-3;points=[];labelBackgroundColor=none;rounded=0;html=1;whiteSpace=wrap;" vertex="1">
          <mxGeometry height="17" width="17" x="31" y="31" as="geometry" />
        </mxCell>
        <mxCell id="win-14" parent="win-6" style="vsdxID=65;fillColor=#2d5967;gradientColor=none;shape=stencil(pZJJDoMwDEVP422UxGXYU3oPJEKJmhIUoMPtm8iqCnSE7vzj920r+oBZVxetAsm73tmDOuuyrwG3IKVuauV07yvAHDCrrFN7Z4emJN0WgQzV0Z7ChAv5BOfBI/mVNKkdoUY3I3QleN/wEp2vXwSvRac/kG6YTCZwikxEH2bHLI3/M4iIJfje8HzSYsOXk34w+OIRmkobQ5kb9+ch808UUMxv);strokeColor=none;spacingTop=-3;spacingBottom=-3;spacingLeft=-3;spacingRight=-3;points=[];labelBackgroundColor=none;rounded=0;html=1;whiteSpace=wrap;" vertex="1">
          <mxGeometry height="17" width="17" x="51" y="11" as="geometry" />
        </mxCell>
        <mxCell id="win-15" parent="win-6" style="vsdxID=66;fillColor=#2d5967;gradientColor=none;shape=stencil(pZJJDoMwDEVP422UxGXYU3oPJEKJmhIUoMPtm8iqCnSE7vzj920r+oBZVxetAsm73tmDOuuyrwG3IKVuauV07yvAHDCrrFN7Z4emJN0WgQzV0Z7ChAv5BOfBI/mVNKkdoUY3I3QleN/wEp2vXwSvRac/kG6YTCZwikxEH2bHLI3/M4iIJfje8HzSYsOXk34w+OIRmkobQ5kb9+ch808UUMxv);strokeColor=none;spacingTop=-3;spacingBottom=-3;spacingLeft=-3;spacingRight=-3;points=[];labelBackgroundColor=none;rounded=0;html=1;whiteSpace=wrap;" vertex="1">
          <mxGeometry height="17" width="17" x="51" y="31" as="geometry" />
        </mxCell>
        <mxCell id="linux-label" parent="vm-subnet" style="verticalAlign=middle;align=center;vsdxID=68;fillColor=none;gradientColor=none;shape=stencil(nZBLDoAgDERP0z3SIyjew0SURgSD+Lu9kMZoXLhwN9O+tukAlrNpJg1SzDH4QW/URgNYgZTkjA4UkwJUgGXng+6DX1zLfmoymdXo17xh5zmRJ6Q42BWCfc2oJfdAr+Yv+AP9Cb7OJ3H/2JG1HNGz/84klThPVCc=);strokeColor=none;spacingTop=-3;spacingBottom=-3;spacingLeft=-3;spacingRight=-3;points=[];labelBackgroundColor=none;rounded=0;html=1;whiteSpace=wrap;" value="&lt;div&gt;&lt;p style=&quot;margin:0;direction:ltr;&quot;&gt;&lt;font style=&quot;font-size: 18px;&quot; face=&quot;Helvetica&quot;&gt;Linux Client&lt;br&gt;linux-ad-instance&lt;/font&gt;&lt;/p&gt;&lt;/div&gt;" vertex="1">
-           <mxGeometry height="41" width="190" x="40" y="179" as="geometry" />
+           <mxGeometry height="41" width="190" x="40" y="174" as="geometry" />
        </mxCell>
        <mxCell id="win-label" parent="vm-subnet" style="verticalAlign=middle;align=center;vsdxID=68;fillColor=none;gradientColor=none;shape=stencil(nZBLDoAgDERP0z3SIyjew0SURgSD+Lu9kMZoXLhwN9O+tukAlrNpJg1SzDH4QW/URgNYgZTkjA4UkwJUgGXng+6DX1zLfmoymdXo17xh5zmRJ6Q42BWCfc2oJfdAr+Yv+AP9Cb7OJ3H/2JG1HNGz/84klThPVCc=);strokeColor=none;spacingTop=-3;spacingBottom=-3;spacingLeft=-3;spacingRight=-3;points=[];labelBackgroundColor=none;rounded=0;html=1;whiteSpace=wrap;" value="&lt;div&gt;&lt;p style=&quot;margin:0;direction:ltr;&quot;&gt;&lt;font style=&quot;font-size: 18px;&quot; face=&quot;Helvetica&quot;&gt;Windows Client&lt;br&gt;windows-ad-instance&lt;/font&gt;&lt;/p&gt;&lt;/div&gt;" vertex="1">
-           <mxGeometry height="41" width="190" x="440" y="179" as="geometry" />
-         </mxCell>
-         <mxCell id="vault" parent="region" style="rounded=1;whiteSpace=wrap;html=1;fillColor=#fff2cc;strokeColor=#d6b656;fontSize=12;verticalAlign=middle;" value="&lt;b&gt;OCI Vault&lt;/b&gt;&lt;br&gt;mini-ad-vault-{suffix}&lt;br&gt;5 AD account secrets&lt;br&gt;(admin, jsmith, edavis, rpatel, akumar)" vertex="1">
-           <mxGeometry height="120" width="250" x="790" y="310" as="geometry" />
+           <mxGeometry height="41" width="190" x="550" y="170" as="geometry" />
        </mxCell>
      </root>
    </mxGraphModel>
  </diagram>
</mxfile>
